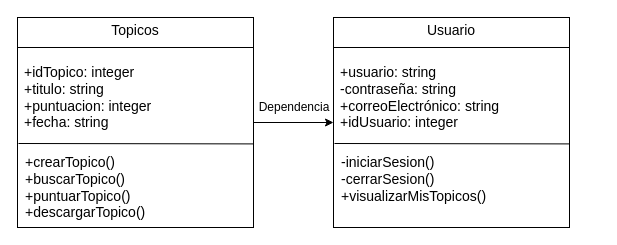
This is Diagrams/Diagrama_Clases.drawio from IvanRenteria/Analisis-Avanzado-de-Software, a draw.io file, before an edit. Source tidied: cells renumbered, new cells numbered last; positions are measured from the earlier drawing's top-left corner, leaving out a move shared by most shapes. Both pictures are drawn from the tidied source at 100%, with x=0, y=0 at pixel (17, 17).
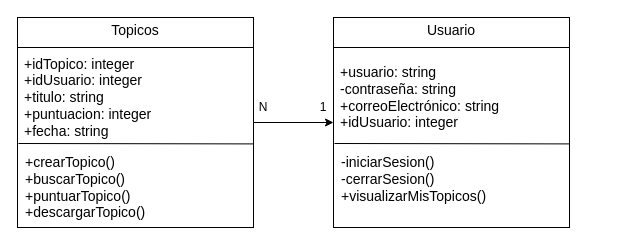
After the change.

What changed in the source:
```diff
@@
 <mxGraphModel>
   <root>
     <mxCell id="0" />
     <mxCell id="1" parent="0" />
     <mxCell id="2" style="edgeStyle=orthogonalEdgeStyle;rounded=0;jettySize=auto;html=1;entryX=0;entryY=0.5;entryDx=0;entryDy=0;" parent="1" edge="1" source="3" target="8">
       <mxGeometry relative="1" as="geometry" />
     </mxCell>
     <mxCell id="3" style="shape=internalStorage;whiteSpace=wrap;html=1;backgroundOutline=1;dx=0;dy=30;" parent="1" vertex="1">
       <mxGeometry width="236" height="210" as="geometry" />
     </mxCell>
     <mxCell id="4" value="&lt;font style=&quot;font-size: 14px&quot;&gt;Topicos&lt;/font&gt;" style="text;html=1;strokeColor=none;fillColor=none;align=center;verticalAlign=middle;whiteSpace=wrap;rounded=0;" parent="1" vertex="1">
       <mxGeometry x="98" y="3" width="40" height="20" as="geometry" />
     </mxCell>
     <mxCell id="5" value="&lt;font style=&quot;font-size: 14px&quot;&gt;+crearTopico()&lt;br&gt;+buscarTopico()&lt;br&gt;+puntuarTopico()&lt;br&gt;+descargarTopico()&lt;/font&gt;" style="text;html=1;strokeColor=none;fillColor=none;align=left;verticalAlign=middle;whiteSpace=wrap;rounded=0;" parent="1" vertex="1">
-      <mxGeometry x="5.5" y="140" width="260" height="60" as="geometry" />
+      <mxGeometry x="5.5" y="140" width="220.5" height="60" as="geometry" />
     </mxCell>
-    <mxCell id="6" value="&lt;div&gt;&lt;span style=&quot;font-size: 14px&quot;&gt;+idTopico: integer&lt;/span&gt;&lt;/div&gt;&lt;div&gt;&lt;span style=&quot;font-size: 14px&quot;&gt;+titulo: string&lt;/span&gt;&lt;/div&gt;&lt;div&gt;&lt;span style=&quot;font-size: 14px&quot;&gt;+puntuacion: integer&lt;/span&gt;&lt;/div&gt;&lt;div&gt;&lt;span style=&quot;font-size: 14px&quot;&gt;+fecha: string&lt;/span&gt;&lt;/div&gt;" style="text;html=1;strokeColor=none;fillColor=none;align=left;verticalAlign=middle;whiteSpace=wrap;rounded=0;" parent="1" vertex="1">
+    <mxCell id="6" value="&lt;div&gt;&lt;span style=&quot;font-size: 14px&quot;&gt;+idTopico: integer&lt;/span&gt;&lt;/div&gt;&lt;div&gt;&lt;span style=&quot;font-size: 14px&quot;&gt;+idUsuario: integer&lt;/span&gt;&lt;/div&gt;&lt;div&gt;&lt;span style=&quot;font-size: 14px&quot;&gt;+titulo: string&lt;/span&gt;&lt;/div&gt;&lt;div&gt;&lt;span style=&quot;font-size: 14px&quot;&gt;+puntuacion: integer&lt;/span&gt;&lt;/div&gt;&lt;div&gt;&lt;span style=&quot;font-size: 14px&quot;&gt;+fecha: string&lt;/span&gt;&lt;/div&gt;" style="text;html=1;strokeColor=none;fillColor=none;align=left;verticalAlign=middle;whiteSpace=wrap;rounded=0;" parent="1" vertex="1">
       <mxGeometry x="5" y="40" width="221" height="80" as="geometry" />
     </mxCell>
     <mxCell id="7" style="endArrow=none;html=1;entryX=1.002;entryY=0.602;entryDx=0;entryDy=0;entryPerimeter=0;" parent="1" edge="1" target="3">
       <mxGeometry relative="1" as="geometry">
         <mxPoint x="1" y="126" as="sourcePoint" />
       </mxGeometry>
     </mxCell>
     <mxCell id="8" style="shape=internalStorage;whiteSpace=wrap;html=1;backgroundOutline=1;dx=0;dy=30;" parent="1" vertex="1">
       <mxGeometry x="316" width="236" height="210" as="geometry" />
     </mxCell>
     <mxCell id="9" value="&lt;span style=&quot;font-size: 14px&quot;&gt;Usuario&lt;/span&gt;" style="text;html=1;strokeColor=none;fillColor=none;align=center;verticalAlign=middle;whiteSpace=wrap;rounded=0;" parent="1" vertex="1">
       <mxGeometry x="414" y="3" width="40" height="20" as="geometry" />
     </mxCell>
     <mxCell id="10" value="&lt;span style=&quot;font-size: 14px&quot;&gt;-iniciarSesion()&lt;br&gt;-cerrarSesion()&lt;br&gt;+visualizarMisTopicos()&lt;br&gt;&lt;br&gt;&lt;/span&gt;" style="text;html=1;strokeColor=none;fillColor=none;align=left;verticalAlign=middle;whiteSpace=wrap;rounded=0;" parent="1" vertex="1">
       <mxGeometry x="321.5" y="140" width="260" height="60" as="geometry" />
     </mxCell>
     <mxCell id="11" value="&lt;div&gt;&lt;span&gt;&lt;font style=&quot;font-size: 14px&quot;&gt;+usuario: string&lt;/font&gt;&lt;/span&gt;&lt;/div&gt;&lt;div&gt;&lt;span&gt;&lt;font style=&quot;font-size: 14px&quot;&gt;-contraseña: string&lt;/font&gt;&lt;/span&gt;&lt;/div&gt;&lt;div&gt;&lt;span&gt;&lt;font style=&quot;font-size: 14px&quot;&gt;+correoElectrónico: string&lt;/font&gt;&lt;/span&gt;&lt;/div&gt;&lt;div&gt;&lt;span&gt;&lt;font style=&quot;font-size: 14px&quot;&gt;+idUsuario: integer&lt;/font&gt;&lt;/span&gt;&lt;/div&gt;" style="text;html=1;strokeColor=none;fillColor=none;align=left;verticalAlign=middle;whiteSpace=wrap;rounded=0;" parent="1" vertex="1">
       <mxGeometry x="321" y="40" width="261" height="80" as="geometry" />
     </mxCell>
     <mxCell id="12" style="endArrow=none;html=1;entryX=1.002;entryY=0.602;entryDx=0;entryDy=0;entryPerimeter=0;" parent="1" edge="1" target="8">
       <mxGeometry relative="1" as="geometry">
         <mxPoint x="317" y="126" as="sourcePoint" />
       </mxGeometry>
     </mxCell>
-    <mxCell id="13" value="Dependencia" style="text;html=1;strokeColor=none;fillColor=none;align=center;verticalAlign=middle;whiteSpace=wrap;rounded=0;" parent="1" vertex="1">
-      <mxGeometry x="256.5" y="80" width="40" height="20" as="geometry" />
+    <mxCell id="13" value="1" style="text;html=1;strokeColor=none;fillColor=none;align=center;verticalAlign=middle;whiteSpace=wrap;rounded=0;" parent="1" vertex="1">
+      <mxGeometry x="296" y="80" width="20" height="20" as="geometry" />
     </mxCell>
+    <mxCell id="14" value="N" style="text;html=1;strokeColor=none;fillColor=none;align=center;verticalAlign=middle;whiteSpace=wrap;rounded=0;" parent="1" vertex="1">
+      <mxGeometry x="236" y="80" width="20" height="20" as="geometry" />
+    </mxCell>
   </root>
 </mxGraphModel>
```
